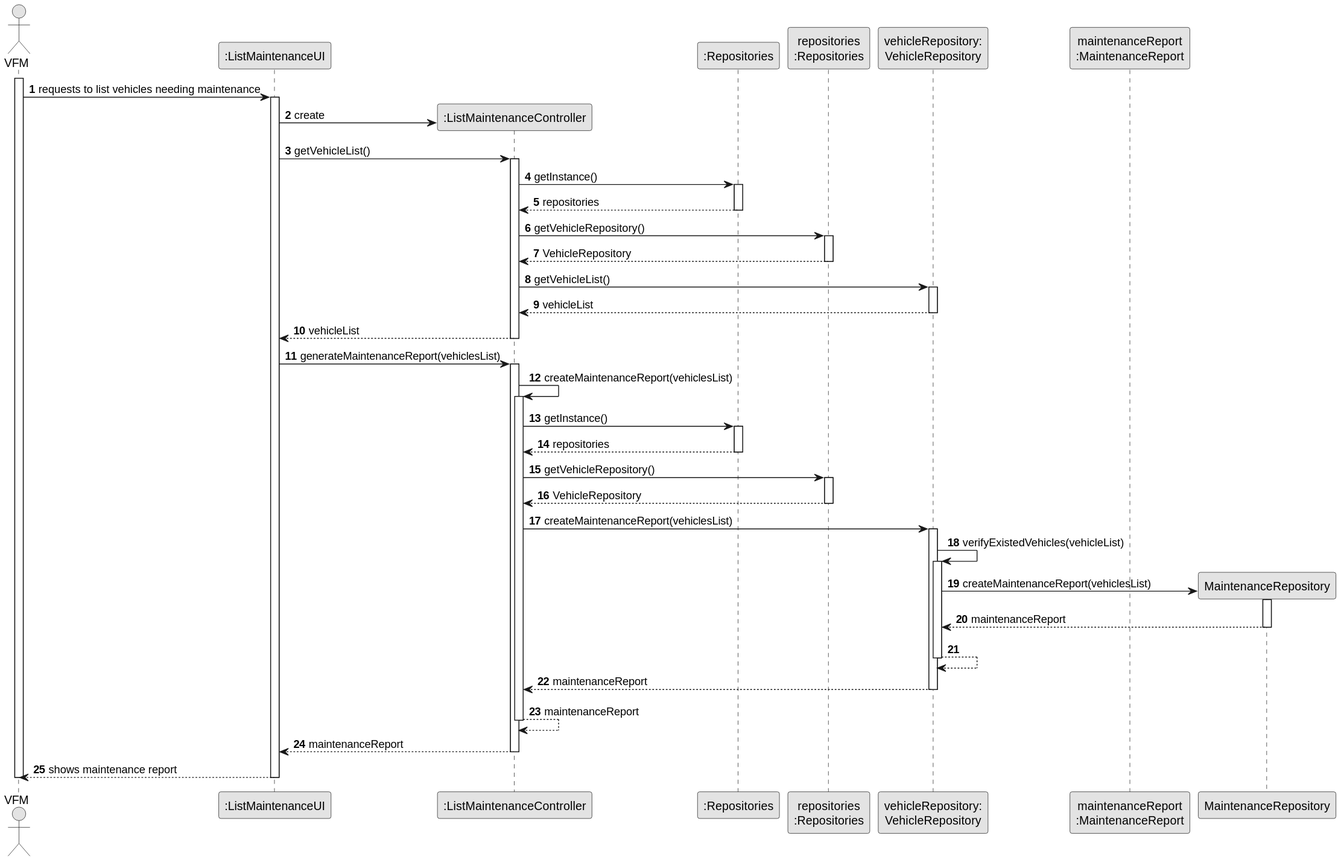
Before: docs/sprintB/us008/03.design/svg/us008-sequence-diagram-full.svg, a diagram exported from PlantUML (ricardomm7/leaflink).
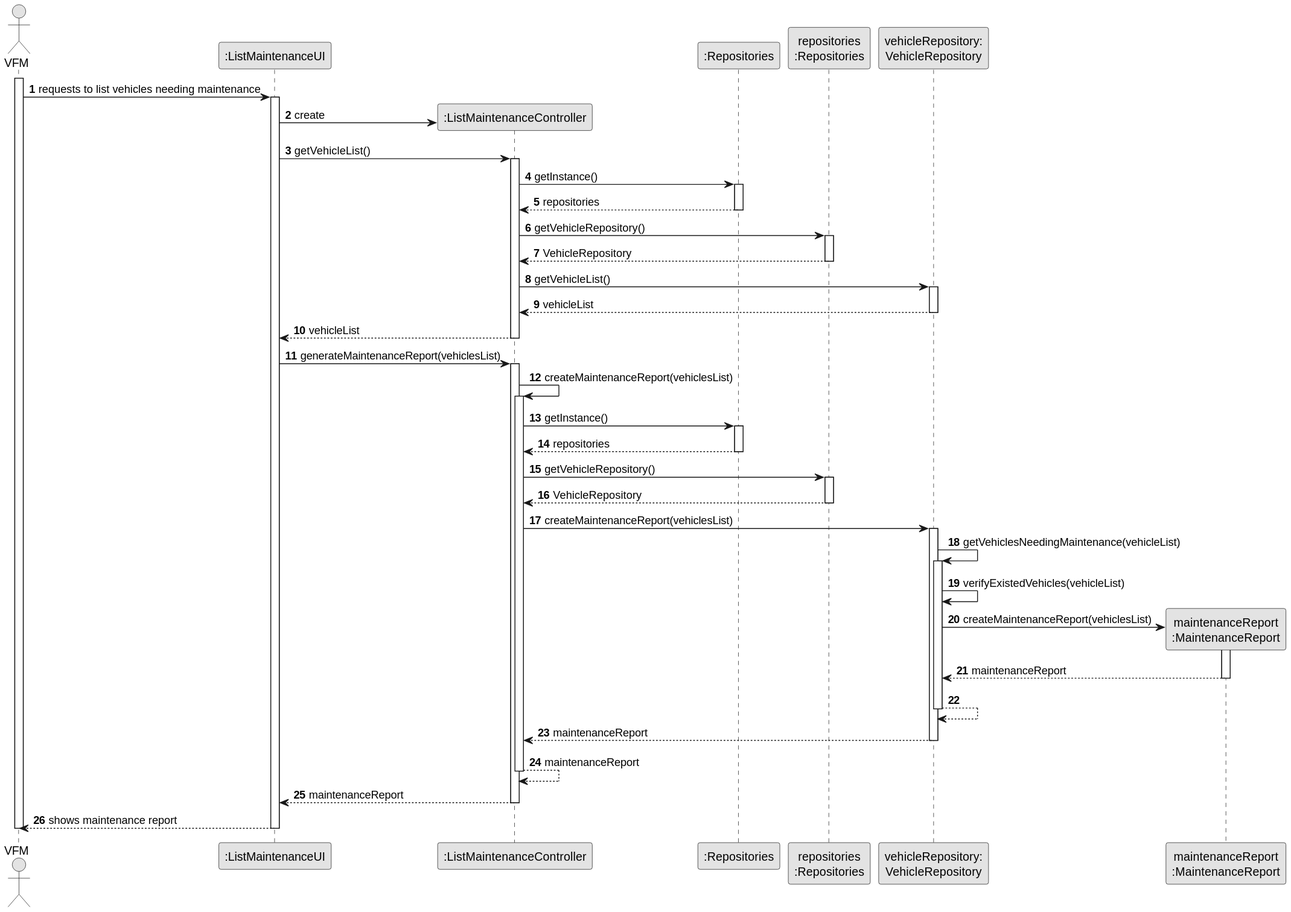
Later version of the same file.

What changed in the source:
```diff
@@ -66,14 +66,16 @@
                 CTRL -> VehicleRepository : createMaintenanceReport(vehiclesList)
                 activate VehicleRepository
 
-                VehicleRepository -> VehicleRepository: verifyExistedVehicles(vehicleList)
+                VehicleRepository -> VehicleRepository: getVehiclesNeedingMaintenance(vehicleList)
                 activate VehicleRepository
 
-                    VehicleRepository -> MaintenanceRepository **: createMaintenanceReport(vehiclesList)
-                    activate MaintenanceRepository
+                    VehicleRepository -> VehicleRepository:verifyExistedVehicles(vehicleList)
 
-                    MaintenanceRepository --> VehicleRepository : maintenanceReport
-                    deactivate MaintenanceRepository
+                    VehicleRepository -> MaintenanceReport **: createMaintenanceReport(vehiclesList)
+                    activate MaintenanceReport
+
+                    MaintenanceReport --> VehicleRepository : maintenanceReport
+                    deactivate MaintenanceReport
 
                 VehicleRepository --> VehicleRepository
                 deactivate VehicleRepository
```
